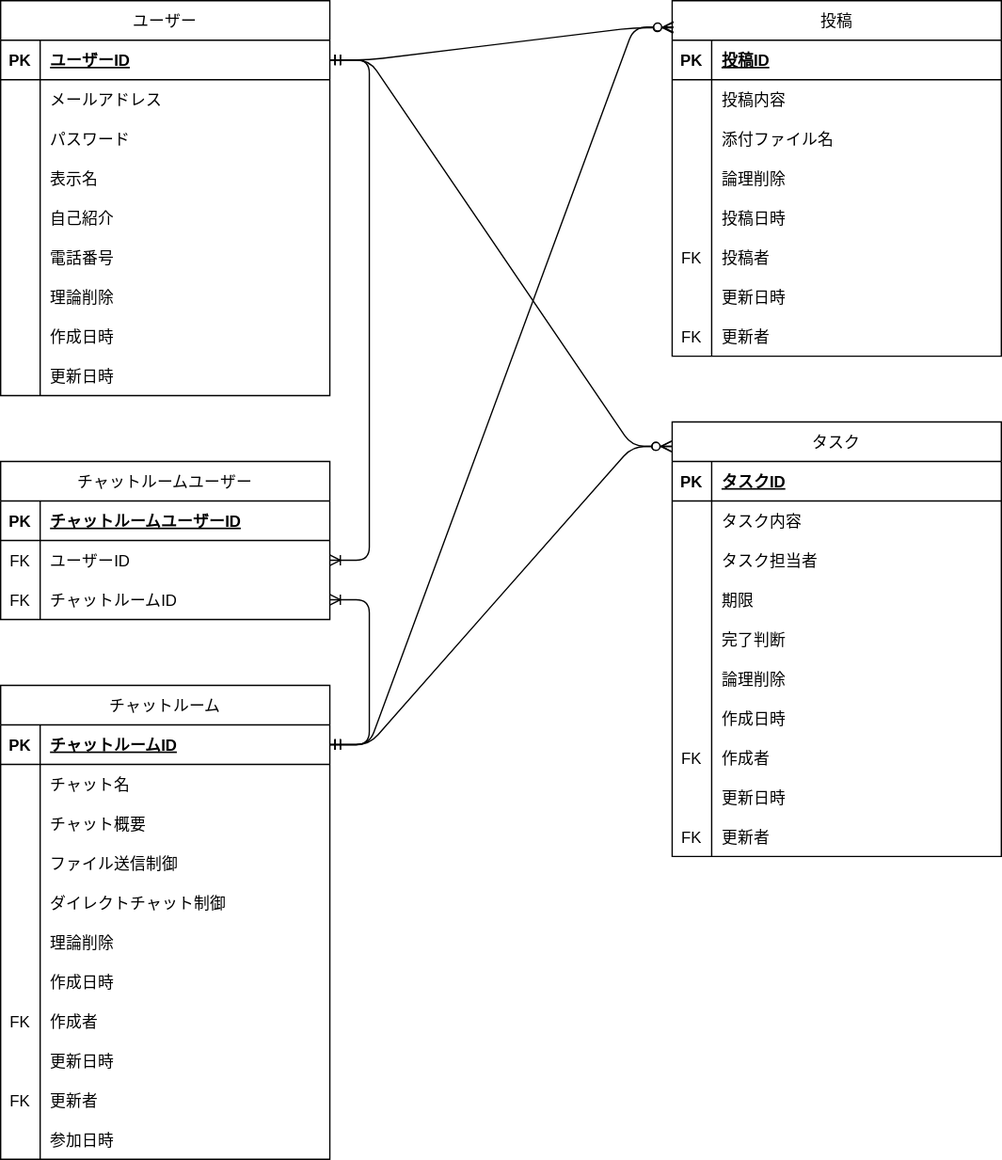
The draw.io diagram db/db-challenge1/ERDiagram.drawio.svg in masayoshixxx/codegym-db, before a commit. Source tidied: cells renumbered, new cells last; positions are measured from the earlier drawing's top-left corner, leaving out a move shared by most shapes.
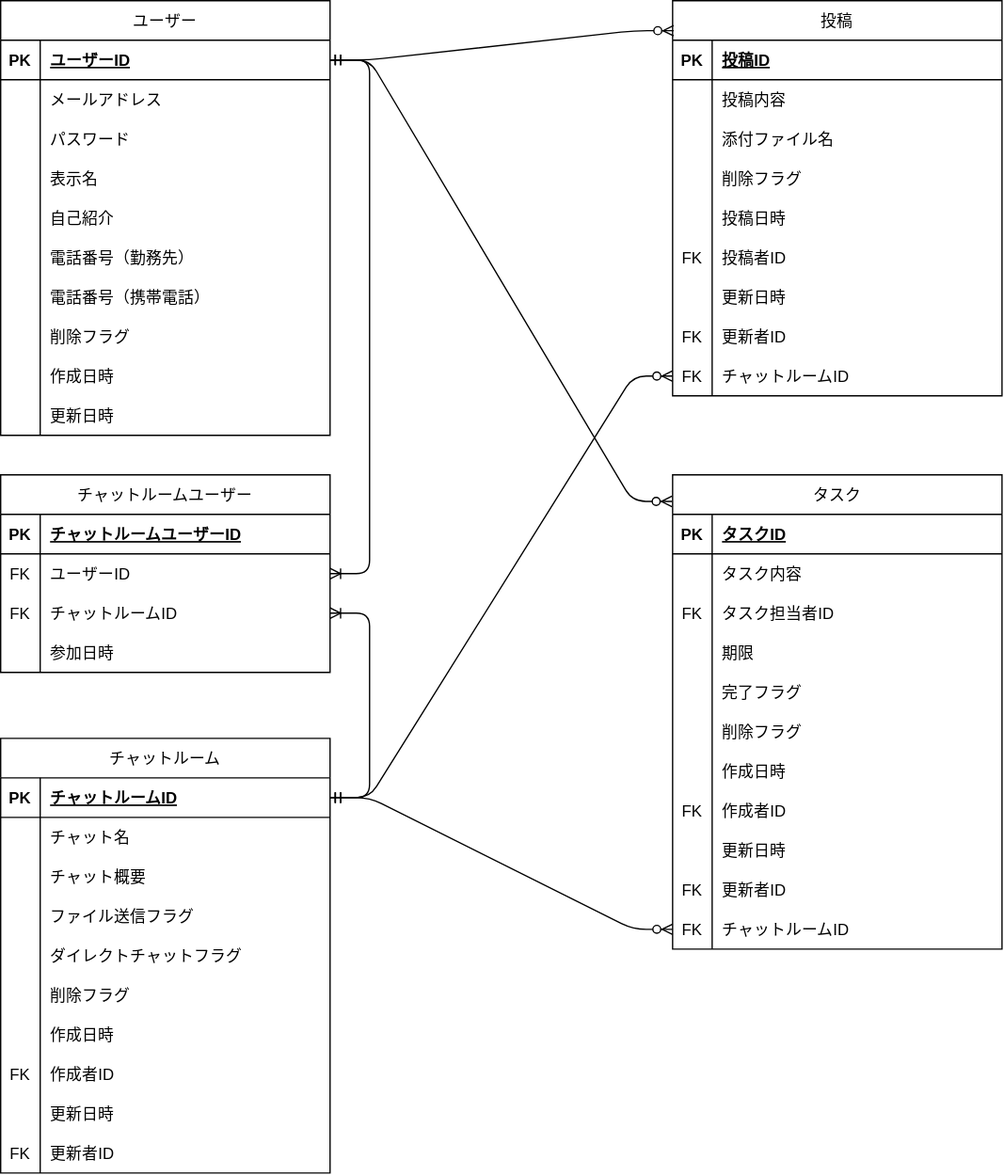
Above is the later version.

Commit message:
要件漏れの修正

Change to the diagram source:
```diff
@@ -5,3 +5,3 @@
     <mxCell id="2" value="ユーザー" style="shape=table;startSize=30;rowLines=0;fontStyle=0;align=center;shadow=0;" parent="1" vertex="1">
-      <mxGeometry width="250" height="300" as="geometry" />
+      <mxGeometry width="250" height="330" as="geometry" />
     </mxCell>
@@ -58,7 +58,16 @@
     </mxCell>
-    <mxCell id="20" value="電話番号" style="shape=partialRectangle;fillColor=none;top=0;left=0;bottom=0;right=0;align=left;spacingLeft=6;overflow=hidden;shadow=0;" parent="18" vertex="1">
+    <mxCell id="20" value="電話番号（勤務先）" style="shape=partialRectangle;fillColor=none;top=0;left=0;bottom=0;right=0;align=left;spacingLeft=6;overflow=hidden;shadow=0;" parent="18" vertex="1">
       <mxGeometry x="30" width="220" height="30" as="geometry" />
     </mxCell>
+    <mxCell id="136" style="shape=partialRectangle;fillColor=none;top=0;left=0;bottom=0;right=0;shadow=0;" parent="2" vertex="1">
+      <mxGeometry y="210" width="250" height="30" as="geometry" />
+    </mxCell>
+    <mxCell id="137" style="shape=partialRectangle;fillColor=none;top=0;left=0;bottom=0;right=0;overflow=hidden;shadow=0;" parent="136" vertex="1">
+      <mxGeometry width="30" height="30" as="geometry" />
+    </mxCell>
+    <mxCell id="138" value="電話番号（携帯電話）" style="shape=partialRectangle;fillColor=none;top=0;left=0;bottom=0;right=0;align=left;spacingLeft=6;overflow=hidden;shadow=0;" parent="136" vertex="1">
+      <mxGeometry x="30" width="220" height="30" as="geometry" />
+    </mxCell>
     <mxCell id="21" style="shape=partialRectangle;fillColor=none;top=0;left=0;bottom=0;right=0;shadow=0;" parent="2" vertex="1">
-      <mxGeometry y="210" width="250" height="30" as="geometry" />
+      <mxGeometry y="240" width="250" height="30" as="geometry" />
     </mxCell>
@@ -67,3 +76,3 @@
     </mxCell>
-    <mxCell id="23" value="理論削除" style="shape=partialRectangle;fillColor=none;top=0;left=0;bottom=0;right=0;align=left;spacingLeft=6;overflow=hidden;shadow=0;" parent="21" vertex="1">
+    <mxCell id="23" value="削除フラグ" style="shape=partialRectangle;fillColor=none;top=0;left=0;bottom=0;right=0;align=left;spacingLeft=6;overflow=hidden;shadow=0;" parent="21" vertex="1">
       <mxGeometry x="30" width="220" height="30" as="geometry" />
@@ -71,3 +80,3 @@
     <mxCell id="24" style="shape=partialRectangle;fillColor=none;top=0;left=0;bottom=0;right=0;shadow=0;" parent="2" vertex="1">
-      <mxGeometry y="240" width="250" height="30" as="geometry" />
+      <mxGeometry y="270" width="250" height="30" as="geometry" />
     </mxCell>
@@ -80,3 +89,3 @@
     <mxCell id="27" style="shape=partialRectangle;fillColor=none;top=0;left=0;bottom=0;right=0;shadow=0;" parent="2" vertex="1">
-      <mxGeometry y="270" width="250" height="30" as="geometry" />
+      <mxGeometry y="300" width="250" height="30" as="geometry" />
     </mxCell>
@@ -89,3 +98,3 @@
     <mxCell id="30" value="チャットルーム" style="shape=table;startSize=30;rowLines=0;fontStyle=0;align=center;shadow=0;" parent="1" vertex="1">
-      <mxGeometry y="520" width="250" height="360" as="geometry" />
+      <mxGeometry y="560" width="250" height="330" as="geometry" />
     </mxCell>
@@ -124,3 +133,3 @@
     </mxCell>
-    <mxCell id="42" value="ファイル送信制御" style="shape=partialRectangle;fillColor=none;top=0;left=0;bottom=0;right=0;align=left;spacingLeft=6;overflow=hidden;shadow=0;" parent="40" vertex="1">
+    <mxCell id="42" value="ファイル送信フラグ" style="shape=partialRectangle;fillColor=none;top=0;left=0;bottom=0;right=0;align=left;spacingLeft=6;overflow=hidden;shadow=0;" parent="40" vertex="1">
       <mxGeometry x="30" width="220" height="30" as="geometry" />
@@ -133,3 +142,3 @@
     </mxCell>
-    <mxCell id="45" value="ダイレクトチャット制御" style="shape=partialRectangle;fillColor=none;top=0;left=0;bottom=0;right=0;align=left;spacingLeft=6;overflow=hidden;shadow=0;" parent="43" vertex="1">
+    <mxCell id="45" value="ダイレクトチャットフラグ" style="shape=partialRectangle;fillColor=none;top=0;left=0;bottom=0;right=0;align=left;spacingLeft=6;overflow=hidden;shadow=0;" parent="43" vertex="1">
       <mxGeometry x="30" width="220" height="30" as="geometry" />
@@ -142,3 +151,3 @@
     </mxCell>
-    <mxCell id="48" value="理論削除" style="shape=partialRectangle;fillColor=none;top=0;left=0;bottom=0;right=0;align=left;spacingLeft=6;overflow=hidden;shadow=0;" parent="46" vertex="1">
+    <mxCell id="48" value="削除フラグ" style="shape=partialRectangle;fillColor=none;top=0;left=0;bottom=0;right=0;align=left;spacingLeft=6;overflow=hidden;shadow=0;" parent="46" vertex="1">
       <mxGeometry x="30" width="220" height="30" as="geometry" />
@@ -160,3 +169,3 @@
     </mxCell>
-    <mxCell id="54" value="作成者" style="shape=partialRectangle;fillColor=none;top=0;left=0;bottom=0;right=0;align=left;spacingLeft=6;overflow=hidden;shadow=0;" parent="52" vertex="1">
+    <mxCell id="54" value="作成者ID" style="shape=partialRectangle;fillColor=none;top=0;left=0;bottom=0;right=0;align=left;spacingLeft=6;overflow=hidden;shadow=0;" parent="52" vertex="1">
       <mxGeometry x="30" width="220" height="30" as="geometry" />
@@ -178,16 +187,7 @@
     </mxCell>
-    <mxCell id="60" value="更新者" style="shape=partialRectangle;fillColor=none;top=0;left=0;bottom=0;right=0;align=left;spacingLeft=6;overflow=hidden;shadow=0;" parent="58" vertex="1">
+    <mxCell id="60" value="更新者ID" style="shape=partialRectangle;fillColor=none;top=0;left=0;bottom=0;right=0;align=left;spacingLeft=6;overflow=hidden;shadow=0;" parent="58" vertex="1">
       <mxGeometry x="30" width="220" height="30" as="geometry" />
     </mxCell>
-    <mxCell id="61" style="shape=partialRectangle;fillColor=none;top=0;left=0;bottom=0;right=0;points=[[0,0.5],[1,0.5]];portConstraint=eastwest;shadow=0;" parent="30" vertex="1">
-      <mxGeometry y="330" width="250" height="30" as="geometry" />
-    </mxCell>
-    <mxCell id="62" style="shape=partialRectangle;fillColor=none;top=0;left=0;bottom=0;right=0;overflow=hidden;shadow=0;" parent="61" vertex="1">
-      <mxGeometry width="30" height="30" as="geometry" />
-    </mxCell>
-    <mxCell id="63" value="参加日時" style="shape=partialRectangle;fillColor=none;top=0;left=0;bottom=0;right=0;align=left;spacingLeft=6;overflow=hidden;shadow=0;" parent="61" vertex="1">
-      <mxGeometry x="30" width="220" height="30" as="geometry" />
-    </mxCell>
     <mxCell id="64" value="投稿" style="shape=table;startSize=30;rowLines=0;fontStyle=0;align=center;shadow=0;" parent="1" vertex="1">
-      <mxGeometry x="510" width="250" height="270" as="geometry" />
+      <mxGeometry x="510" width="250" height="300" as="geometry" />
     </mxCell>
@@ -226,3 +226,3 @@
     </mxCell>
-    <mxCell id="76" value="論理削除" style="shape=partialRectangle;fillColor=none;top=0;left=0;bottom=0;right=0;align=left;spacingLeft=6;overflow=hidden;shadow=0;" parent="74" vertex="1">
+    <mxCell id="76" value="削除フラグ" style="shape=partialRectangle;fillColor=none;top=0;left=0;bottom=0;right=0;align=left;spacingLeft=6;overflow=hidden;shadow=0;" parent="74" vertex="1">
       <mxGeometry x="30" width="220" height="30" as="geometry" />
@@ -244,3 +244,3 @@
     </mxCell>
-    <mxCell id="82" value="投稿者" style="shape=partialRectangle;fillColor=none;top=0;left=0;bottom=0;right=0;align=left;spacingLeft=6;overflow=hidden;shadow=0;" parent="80" vertex="1">
+    <mxCell id="82" value="投稿者ID" style="shape=partialRectangle;fillColor=none;top=0;left=0;bottom=0;right=0;align=left;spacingLeft=6;overflow=hidden;shadow=0;" parent="80" vertex="1">
       <mxGeometry x="30" width="220" height="30" as="geometry" />
@@ -262,7 +262,16 @@
     </mxCell>
-    <mxCell id="88" value="更新者" style="shape=partialRectangle;fillColor=none;top=0;left=0;bottom=0;right=0;align=left;spacingLeft=6;overflow=hidden;shadow=0;" parent="86" vertex="1">
+    <mxCell id="88" value="更新者ID" style="shape=partialRectangle;fillColor=none;top=0;left=0;bottom=0;right=0;align=left;spacingLeft=6;overflow=hidden;shadow=0;" parent="86" vertex="1">
       <mxGeometry x="30" width="220" height="30" as="geometry" />
     </mxCell>
+    <mxCell id="139" style="shape=partialRectangle;fillColor=none;top=0;left=0;bottom=0;right=0;points=[[0,0.5],[1,0.5]];portConstraint=eastwest;shadow=0;" parent="64" vertex="1">
+      <mxGeometry y="270" width="250" height="30" as="geometry" />
+    </mxCell>
+    <mxCell id="140" value="FK" style="shape=partialRectangle;fillColor=none;top=0;left=0;bottom=0;right=0;overflow=hidden;shadow=0;" parent="139" vertex="1">
+      <mxGeometry width="30" height="30" as="geometry" />
+    </mxCell>
+    <mxCell id="141" value="チャットルームID" style="shape=partialRectangle;fillColor=none;top=0;left=0;bottom=0;right=0;align=left;spacingLeft=6;overflow=hidden;shadow=0;" parent="139" vertex="1">
+      <mxGeometry x="30" width="220" height="30" as="geometry" />
+    </mxCell>
     <mxCell id="89" value="タスク" style="shape=table;startSize=30;rowLines=0;fontStyle=0;align=center;shadow=0;" parent="1" vertex="1">
-      <mxGeometry x="510" y="320" width="250" height="330" as="geometry" />
+      <mxGeometry x="510" y="360" width="250" height="360" as="geometry" />
     </mxCell>
@@ -289,6 +298,6 @@
     </mxCell>
-    <mxCell id="97" style="shape=partialRectangle;fillColor=none;top=0;left=0;bottom=0;right=0;overflow=hidden;shadow=0;" parent="96" vertex="1">
+    <mxCell id="97" value="FK" style="shape=partialRectangle;fillColor=none;top=0;left=0;bottom=0;right=0;overflow=hidden;shadow=0;" parent="96" vertex="1">
       <mxGeometry width="30" height="30" as="geometry" />
     </mxCell>
-    <mxCell id="98" value="タスク担当者" style="shape=partialRectangle;fillColor=none;top=0;left=0;bottom=0;right=0;align=left;spacingLeft=6;overflow=hidden;shadow=0;" parent="96" vertex="1">
+    <mxCell id="98" value="タスク担当者ID" style="shape=partialRectangle;fillColor=none;top=0;left=0;bottom=0;right=0;align=left;spacingLeft=6;overflow=hidden;shadow=0;" parent="96" vertex="1">
       <mxGeometry x="30" width="220" height="30" as="geometry" />
@@ -310,3 +319,3 @@
     </mxCell>
-    <mxCell id="104" value="完了判断" style="shape=partialRectangle;fillColor=none;top=0;left=0;bottom=0;right=0;align=left;spacingLeft=6;overflow=hidden;shadow=0;" parent="102" vertex="1">
+    <mxCell id="104" value="完了フラグ" style="shape=partialRectangle;fillColor=none;top=0;left=0;bottom=0;right=0;align=left;spacingLeft=6;overflow=hidden;shadow=0;" parent="102" vertex="1">
       <mxGeometry x="30" width="220" height="30" as="geometry" />
@@ -319,3 +328,3 @@
     </mxCell>
-    <mxCell id="107" value="論理削除" style="shape=partialRectangle;fillColor=none;top=0;left=0;bottom=0;right=0;align=left;spacingLeft=6;overflow=hidden;shadow=0;" parent="105" vertex="1">
+    <mxCell id="107" value="削除フラグ" style="shape=partialRectangle;fillColor=none;top=0;left=0;bottom=0;right=0;align=left;spacingLeft=6;overflow=hidden;shadow=0;" parent="105" vertex="1">
       <mxGeometry x="30" width="220" height="30" as="geometry" />
@@ -337,3 +346,3 @@
     </mxCell>
-    <mxCell id="113" value="作成者" style="shape=partialRectangle;fillColor=none;top=0;left=0;bottom=0;right=0;align=left;spacingLeft=6;overflow=hidden;shadow=0;" parent="111" vertex="1">
+    <mxCell id="113" value="作成者ID" style="shape=partialRectangle;fillColor=none;top=0;left=0;bottom=0;right=0;align=left;spacingLeft=6;overflow=hidden;shadow=0;" parent="111" vertex="1">
       <mxGeometry x="30" width="220" height="30" as="geometry" />
@@ -355,5 +364,14 @@
     </mxCell>
-    <mxCell id="119" value="更新者" style="shape=partialRectangle;fillColor=none;top=0;left=0;bottom=0;right=0;align=left;spacingLeft=6;overflow=hidden;shadow=0;" parent="117" vertex="1">
+    <mxCell id="119" value="更新者ID" style="shape=partialRectangle;fillColor=none;top=0;left=0;bottom=0;right=0;align=left;spacingLeft=6;overflow=hidden;shadow=0;" parent="117" vertex="1">
       <mxGeometry x="30" width="220" height="30" as="geometry" />
     </mxCell>
+    <mxCell id="61" style="shape=partialRectangle;fillColor=none;top=0;left=0;bottom=0;right=0;points=[[0,0.5],[1,0.5]];portConstraint=eastwest;shadow=0;" parent="89" vertex="1">
+      <mxGeometry y="330" width="250" height="30" as="geometry" />
+    </mxCell>
+    <mxCell id="142" value="FK" style="shape=partialRectangle;fillColor=none;top=0;left=0;bottom=0;right=0;overflow=hidden;shadow=0;" parent="61" vertex="1">
+      <mxGeometry width="30" height="30" as="geometry" />
+    </mxCell>
+    <mxCell id="143" value="チャットルームID" style="shape=partialRectangle;fillColor=none;top=0;left=0;bottom=0;right=0;align=left;spacingLeft=6;overflow=hidden;shadow=0;" parent="61" vertex="1">
+      <mxGeometry x="30" width="220" height="30" as="geometry" />
+    </mxCell>
     <mxCell id="120" style="edgeStyle=entityRelationEdgeStyle;fontSize=12;html=1;endArrow=ERzeroToMany;startArrow=ERmandOne;exitX=1;exitY=0.5;exitDx=0;exitDy=0;entryX=0.003;entryY=0.076;entryDx=0;entryDy=0;entryPerimeter=0;" parent="1" edge="1" source="3" target="64">
@@ -365,3 +383,3 @@
     <mxCell id="122" value="チャットルームユーザー" style="shape=table;startSize=30;rowLines=0;fontStyle=0;align=center;shadow=0;" parent="1" vertex="1">
-      <mxGeometry y="350" width="250" height="120" as="geometry" />
+      <mxGeometry y="360" width="250" height="150" as="geometry" />
     </mxCell>
@@ -394,8 +412,15 @@
     </mxCell>
+    <mxCell id="144" style="shape=partialRectangle;fillColor=none;top=0;left=0;bottom=0;right=0;shadow=0;" parent="122" vertex="1">
+      <mxGeometry y="120" width="250" height="30" as="geometry" />
+    </mxCell>
+    <mxCell id="145" style="shape=partialRectangle;fillColor=none;top=0;left=0;bottom=0;right=0;overflow=hidden;shadow=0;" parent="144" vertex="1">
+      <mxGeometry width="30" height="30" as="geometry" />
+    </mxCell>
+    <mxCell id="63" value="参加日時" style="shape=partialRectangle;fillColor=none;top=0;left=0;bottom=0;right=0;align=left;spacingLeft=6;overflow=hidden;shadow=0;" parent="144" vertex="1">
+      <mxGeometry x="30" width="220" height="30" as="geometry" />
+    </mxCell>
-    <mxCell id="132" style="edgeStyle=entityRelationEdgeStyle;fontSize=12;html=1;endArrow=ERzeroToMany;startArrow=ERmandOne;exitX=1;exitY=0.5;exitDx=0;exitDy=0;" parent="1" edge="1" source="31">
-      <mxGeometry relative="1" as="geometry">
-        <mxPoint x="511" y="20" as="targetPoint" />
-      </mxGeometry>
+    <mxCell id="132" style="edgeStyle=entityRelationEdgeStyle;fontSize=12;html=1;endArrow=ERzeroToMany;startArrow=ERmandOne;exitX=1;exitY=0.5;exitDx=0;exitDy=0;entryX=0;entryY=0.5;entryDx=0;entryDy=0;" parent="1" edge="1" source="31" target="139">
+      <mxGeometry relative="1" as="geometry" />
     </mxCell>
-    <mxCell id="133" style="edgeStyle=entityRelationEdgeStyle;fontSize=12;html=1;endArrow=ERzeroToMany;startArrow=ERmandOne;exitX=1;exitY=0.5;exitDx=0;exitDy=0;entryX=-0.001;entryY=0.056;entryDx=0;entryDy=0;entryPerimeter=0;" parent="1" edge="1" source="31" target="89">
+    <mxCell id="133" style="edgeStyle=entityRelationEdgeStyle;fontSize=12;html=1;endArrow=ERzeroToMany;startArrow=ERmandOne;exitX=1;exitY=0.5;exitDx=0;exitDy=0;entryX=0;entryY=0.5;entryDx=0;entryDy=0;" parent="1" edge="1" source="31" target="61">
       <mxGeometry relative="1" as="geometry" />
```
